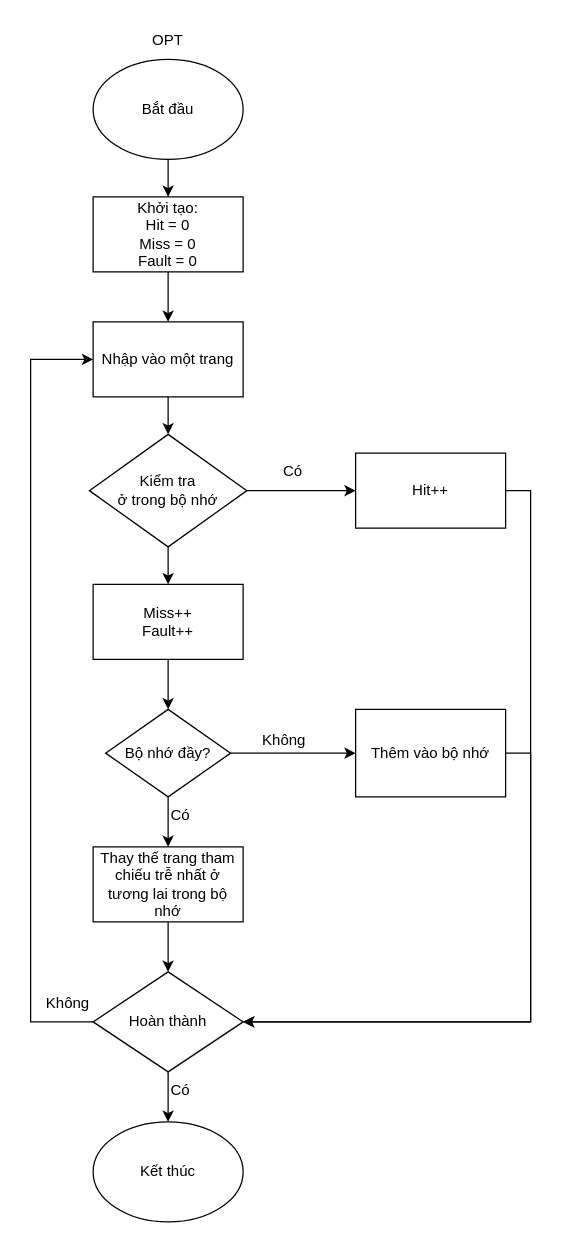
Earlier version of the draw.io diagram OS_Lab06_OPT.drawio (KiRzEa/Diagram). Source tidied: cells renumbered, new cells numbered last; positions are measured from the earlier drawing's top-left corner, leaving out a move shared by most shapes. Both pictures are drawn from the tidied source at 125%, with x=0, y=0 at pixel (30, 21).
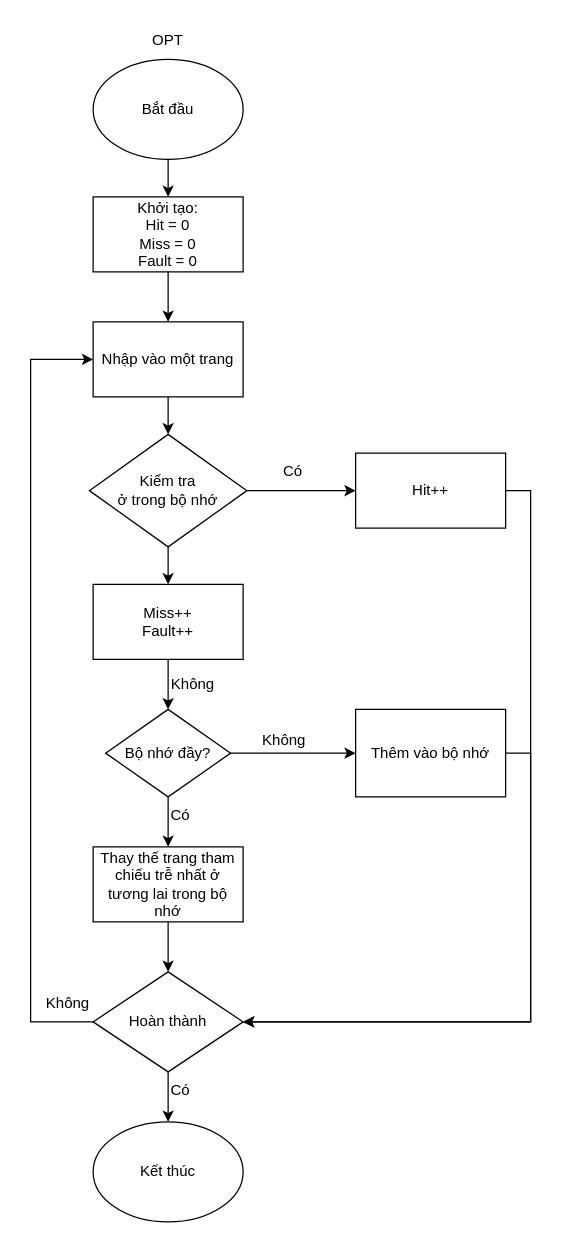
After the change.

Commit message:
Cập nhật OS_Lab06_OPT.drawio

What changed in the source:
```diff
@@
+    <mxCell id="32" value="Không" style="text;html=1;strokeColor=none;fillColor=none;align=center;verticalAlign=middle;whiteSpace=wrap;rounded=0;" parent="1" vertex="1">
+      <mxGeometry x="100" y="515" width="60" height="30" as="geometry" />
+    </mxCell>
```
